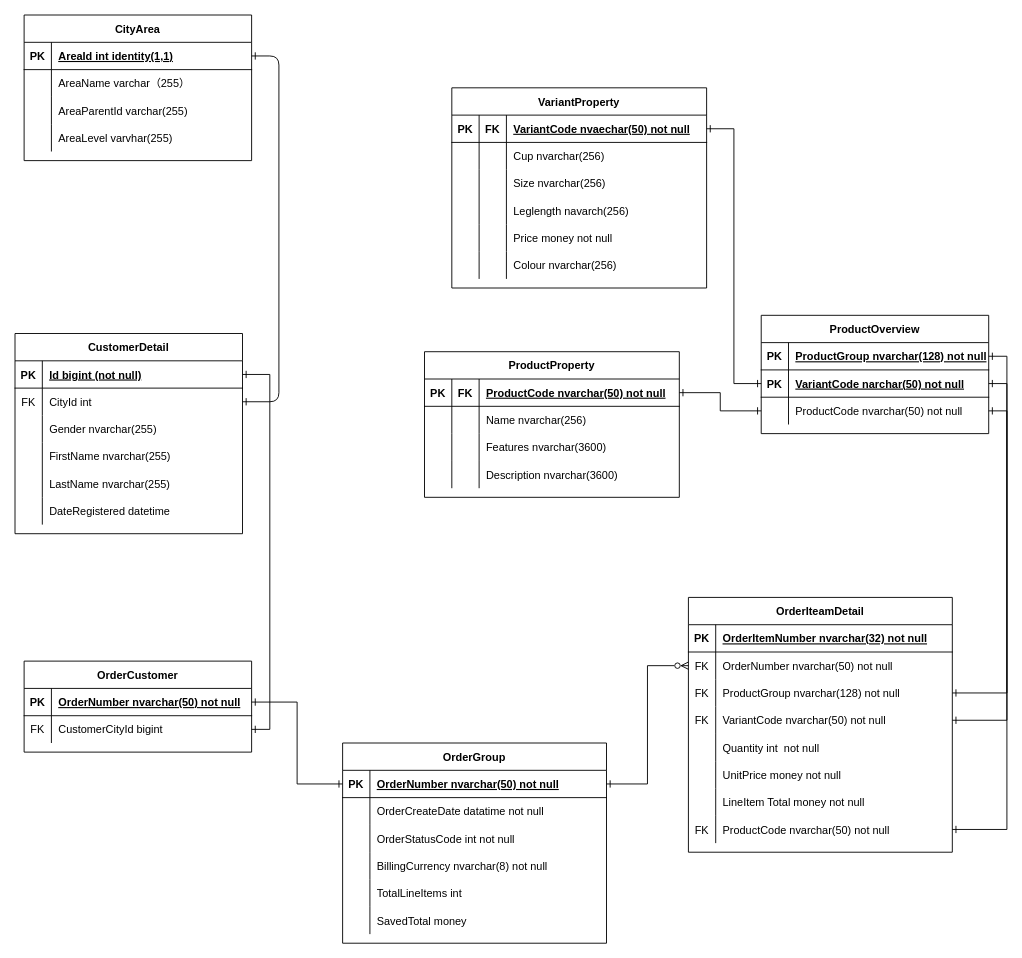
Earlier version of the draw.io diagram Untitled Diagram.drawio (Orca-github/Database_system). Source tidied: cells renumbered, new cells numbered last; positions are measured from the earlier drawing's top-left corner, leaving out a move shared by most shapes. Both pictures are drawn from the tidied source at 91%, with x=0, y=0 at pixel (15, 15).
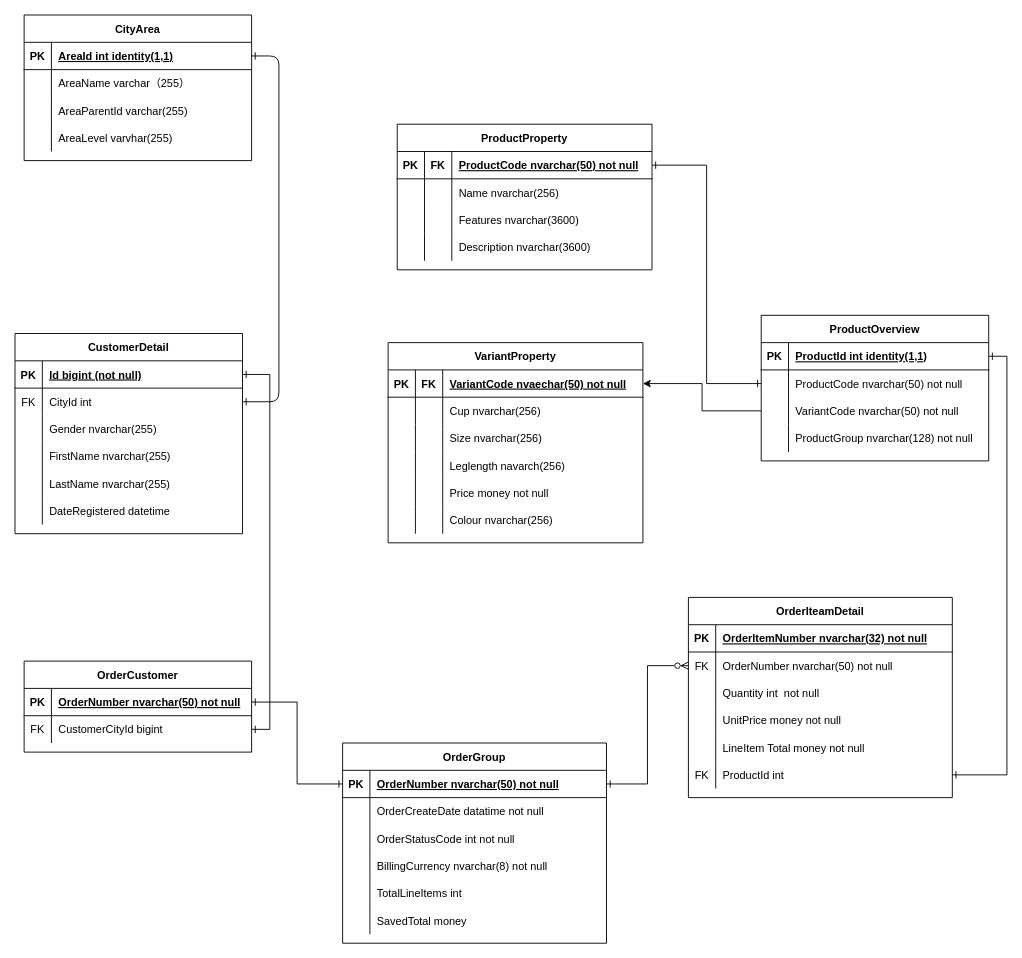
Above is the later version.

Unchanged cells that the change refers to:
```xml
<mxCell id="53" style="shape=partialRectangle;fillColor=none;points=[[0,0.5],[1,0.5]];portConstraint=eastwest;top=0;left=0;right=0;bottom=1;" parent="52" vertex="1">
  <mxGeometry y="30" width="280" height="30" as="geometry" />
</mxCell>
<mxCell id="78" style="shape=partialRectangle;fillColor=none;points=[[0,0.5],[1,0.5]];portConstraint=eastwest;top=0;left=0;right=0;bottom=1;" parent="77" vertex="1">
  <mxGeometry y="30" width="250" height="30" as="geometry" />
</mxCell>
```

Diff of the diagram source:
```diff
@@
     <mxCell id="22" value="ProductProperty" style="shape=table;startSize=30;childLayout=tableLayout;rowLines=0;fontStyle=1;align=center;" parent="1" vertex="1">
-      <mxGeometry x="450" y="370" width="280" height="160" as="geometry" />
+      <mxGeometry x="420" y="120" width="280" height="160" as="geometry" />
     </mxCell>
@@
     <mxCell id="52" value="VariantProperty" style="shape=table;startSize=30;childLayout=tableLayout;rowLines=0;fontStyle=1;align=center;" parent="1" vertex="1">
-      <mxGeometry x="480" y="80" width="280" height="220" as="geometry" />
+      <mxGeometry x="410" y="360" width="280" height="220" as="geometry" />
     </mxCell>
@@
     <mxCell id="77" value="ProductOverview" style="shape=table;startSize=30;childLayout=tableLayout;rowLines=0;fontStyle=1;align=center;" parent="1" vertex="1">
-      <mxGeometry x="820" y="330" width="250" height="130" as="geometry" />
+      <mxGeometry x="820" y="330" width="250" height="160" as="geometry" />
     </mxCell>
@@
-    <mxCell id="80" value="ProductGroup nvarchar(128) not null" style="shape=partialRectangle;overflow=hidden;fillColor=none;top=0;left=0;bottom=0;right=0;align=left;spacingLeft=6;fontStyle=5;" parent="78" vertex="1">
+    <mxCell id="80" value="ProductId int identity(1,1)" style="shape=partialRectangle;overflow=hidden;fillColor=none;top=0;left=0;bottom=0;right=0;align=left;spacingLeft=6;fontStyle=5;" parent="78" vertex="1">
       <mxGeometry x="30" width="220" height="30" as="geometry" />
     </mxCell>
-    <mxCell id="81" style="shape=partialRectangle;fillColor=none;points=[[0,0.5],[1,0.5]];portConstraint=eastwest;top=0;left=0;right=0;bottom=1;" parent="77" vertex="1">
-      <mxGeometry y="60" width="250" height="30" as="geometry" />
-    </mxCell>
-    <mxCell id="82" value="PK" style="shape=partialRectangle;overflow=hidden;fillColor=none;top=0;left=0;bottom=0;right=0;fontStyle=1;" parent="81" vertex="1">
-      <mxGeometry width="30" height="30" as="geometry" />
-    </mxCell>
-    <mxCell id="83" value="VariantCode narchar(50) not null" style="shape=partialRectangle;overflow=hidden;fillColor=none;top=0;left=0;bottom=0;right=0;align=left;spacingLeft=6;fontStyle=5;" parent="81" vertex="1">
-      <mxGeometry x="30" width="220" height="30" as="geometry" />
-    </mxCell>
     <mxCell id="84" style="shape=partialRectangle;fillColor=none;points=[[0,0.5],[1,0.5]];portConstraint=eastwest;top=0;left=0;right=0;bottom=0;" parent="77" vertex="1">
-      <mxGeometry y="90" width="250" height="30" as="geometry" />
+      <mxGeometry y="60" width="250" height="30" as="geometry" />
     </mxCell>
@@
+    <mxCell id="146" style="shape=partialRectangle;fillColor=none;points=[[0,0.5],[1,0.5]];portConstraint=eastwest;top=0;left=0;right=0;bottom=0;" parent="77" vertex="1">
+      <mxGeometry y="90" width="250" height="30" as="geometry" />
+    </mxCell>
+    <mxCell id="147" style="shape=partialRectangle;overflow=hidden;fillColor=none;top=0;left=0;bottom=0;right=0;" parent="146" vertex="1">
+      <mxGeometry width="30" height="30" as="geometry" />
+    </mxCell>
+    <mxCell id="109" value="VariantCode nvarchar(50) not null" style="shape=partialRectangle;overflow=hidden;fillColor=none;top=0;left=0;bottom=0;right=0;align=left;spacingLeft=6;" parent="146" vertex="1">
+      <mxGeometry x="30" width="220" height="30" as="geometry" />
+    </mxCell>
+    <mxCell id="148" style="shape=partialRectangle;fillColor=none;top=0;left=0;right=0;bottom=0;" parent="77" vertex="1">
+      <mxGeometry y="120" width="250" height="30" as="geometry" />
+    </mxCell>
+    <mxCell id="149" style="shape=partialRectangle;overflow=hidden;fillColor=none;top=0;left=0;bottom=0;right=0;" parent="148" vertex="1">
+      <mxGeometry width="30" height="30" as="geometry" />
+    </mxCell>
+    <mxCell id="106" value="ProductGroup nvarchar(128) not null" style="shape=partialRectangle;overflow=hidden;fillColor=none;top=0;left=0;bottom=0;right=0;align=left;spacingLeft=6;" parent="148" vertex="1">
+      <mxGeometry x="30" width="220" height="30" as="geometry" />
+    </mxCell>
-    <mxCell id="87" style="edgeStyle=orthogonalEdgeStyle;rounded=0;jettySize=auto;html=1;entryX=1;entryY=0.5;entryDx=0;entryDy=0;endArrow=ERone;endFill=0;startArrow=ERone;startFill=0;" parent="1" edge="1" source="81" target="53">
+    <mxCell id="87" style="edgeStyle=orthogonalEdgeStyle;rounded=0;jettySize=auto;html=1;entryX=1;entryY=0.5;entryDx=0;entryDy=0;endArrow=ERone;endFill=0;startArrow=ERone;startFill=0;" parent="1" edge="1" target="53">
       <mxGeometry relative="1" as="geometry" />
     </mxCell>
@@
     <mxCell id="97" value="OrderIteamDetail" style="shape=table;startSize=30;childLayout=tableLayout;rowLines=0;fontStyle=1;align=center;" parent="1" vertex="1">
-      <mxGeometry x="740" y="640" width="290" height="280" as="geometry" />
+      <mxGeometry x="740" y="640" width="290" height="220" as="geometry" />
     </mxCell>
@@
-    <mxCell id="104" style="shape=partialRectangle;fillColor=none;points=[[0,0.5],[1,0.5]];portConstraint=eastwest;top=0;left=0;right=0;bottom=0;" parent="97" vertex="1">
-      <mxGeometry y="90" width="290" height="30" as="geometry" />
-    </mxCell>
-    <mxCell id="105" value="FK" style="shape=partialRectangle;overflow=hidden;fillColor=none;top=0;left=0;bottom=0;right=0;" parent="104" vertex="1">
-      <mxGeometry width="30" height="30" as="geometry" />
-    </mxCell>
-    <mxCell id="106" value="ProductGroup nvarchar(128) not null" style="shape=partialRectangle;overflow=hidden;fillColor=none;top=0;left=0;bottom=0;right=0;align=left;spacingLeft=6;" parent="104" vertex="1">
-      <mxGeometry x="30" width="260" height="30" as="geometry" />
-    </mxCell>
-    <mxCell id="107" style="shape=partialRectangle;fillColor=none;points=[[0,0.5],[1,0.5]];portConstraint=eastwest;top=0;left=0;right=0;bottom=0;" parent="97" vertex="1">
-      <mxGeometry y="120" width="290" height="30" as="geometry" />
-    </mxCell>
-    <mxCell id="108" value="FK" style="shape=partialRectangle;overflow=hidden;fillColor=none;top=0;left=0;bottom=0;right=0;" parent="107" vertex="1">
-      <mxGeometry width="30" height="30" as="geometry" />
-    </mxCell>
-    <mxCell id="109" value="VariantCode nvarchar(50) not null" style="shape=partialRectangle;overflow=hidden;fillColor=none;top=0;left=0;bottom=0;right=0;align=left;spacingLeft=6;" parent="107" vertex="1">
-      <mxGeometry x="30" width="260" height="30" as="geometry" />
-    </mxCell>
     <mxCell id="110" style="shape=partialRectangle;fillColor=none;top=0;left=0;right=0;bottom=0;" parent="97" vertex="1">
-      <mxGeometry y="150" width="290" height="30" as="geometry" />
+      <mxGeometry y="90" width="290" height="30" as="geometry" />
     </mxCell>
@@
     <mxCell id="113" style="shape=partialRectangle;fillColor=none;top=0;left=0;right=0;bottom=0;" parent="97" vertex="1">
-      <mxGeometry y="180" width="290" height="30" as="geometry" />
+      <mxGeometry y="120" width="290" height="30" as="geometry" />
     </mxCell>
@@
     <mxCell id="116" style="shape=partialRectangle;fillColor=none;top=0;left=0;right=0;bottom=0;" parent="97" vertex="1">
-      <mxGeometry y="210" width="290" height="30" as="geometry" />
+      <mxGeometry y="150" width="290" height="30" as="geometry" />
     </mxCell>
@@
     <mxCell id="119" style="shape=partialRectangle;fillColor=none;points=[[0,0.5],[1,0.5]];portConstraint=eastwest;top=0;left=0;right=0;bottom=0;" parent="97" vertex="1">
-      <mxGeometry y="240" width="290" height="30" as="geometry" />
+      <mxGeometry y="180" width="290" height="30" as="geometry" />
     </mxCell>
@@
-    <mxCell id="121" value="ProductCode nvarchar(50) not null" style="shape=partialRectangle;overflow=hidden;fillColor=none;top=0;left=0;bottom=0;right=0;align=left;spacingLeft=6;" parent="119" vertex="1">
+    <mxCell id="121" value="ProductId int" style="shape=partialRectangle;overflow=hidden;fillColor=none;top=0;left=0;bottom=0;right=0;align=left;spacingLeft=6;" parent="119" vertex="1">
       <mxGeometry x="30" width="260" height="30" as="geometry" />
     </mxCell>
@@
-    <mxCell id="143" style="edgeStyle=orthogonalEdgeStyle;rounded=0;jettySize=auto;html=1;entryX=1;entryY=0.5;entryDx=0;entryDy=0;startArrow=ERone;startFill=0;endArrow=ERone;endFill=0;" parent="1" edge="1" source="104" target="78">
+    <mxCell id="143" style="edgeStyle=orthogonalEdgeStyle;rounded=0;jettySize=auto;html=1;entryX=1;entryY=0.5;entryDx=0;entryDy=0;startArrow=ERone;startFill=0;endArrow=ERone;endFill=0;" parent="1" edge="1" target="78">
       <mxGeometry relative="1" as="geometry" />
     </mxCell>
-    <mxCell id="144" style="edgeStyle=orthogonalEdgeStyle;rounded=0;jettySize=auto;html=1;entryX=1;entryY=0.5;entryDx=0;entryDy=0;startArrow=ERone;startFill=0;endArrow=ERone;endFill=0;" parent="1" edge="1" source="107" target="81">
+    <mxCell id="144" style="edgeStyle=orthogonalEdgeStyle;rounded=0;orthogonalLoop=1;jettySize=auto;html=1;entryX=1;entryY=0.5;entryDx=0;entryDy=0;startArrow=ERone;startFill=0;endArrow=ERone;endFill=0;" parent="1" edge="1">
       <mxGeometry relative="1" as="geometry" />
     </mxCell>
-    <mxCell id="145" style="edgeStyle=orthogonalEdgeStyle;rounded=0;jettySize=auto;html=1;entryX=1;entryY=0.5;entryDx=0;entryDy=0;startArrow=ERone;startFill=0;endArrow=ERone;endFill=0;" parent="1" edge="1" source="119" target="84">
+    <mxCell id="145" style="edgeStyle=orthogonalEdgeStyle;rounded=0;jettySize=auto;html=1;entryX=1;entryY=0.5;entryDx=0;entryDy=0;startArrow=ERone;startFill=0;endArrow=ERone;endFill=0;" parent="1" edge="1" source="119" target="78">
       <mxGeometry relative="1" as="geometry" />
     </mxCell>
+    <mxCell id="150" style="edgeStyle=orthogonalEdgeStyle;rounded=0;jettySize=auto;html=1;entryX=1;entryY=0.5;entryDx=0;entryDy=0;" parent="1" edge="1" source="146" target="53">
+      <mxGeometry relative="1" as="geometry" />
+    </mxCell>
```
